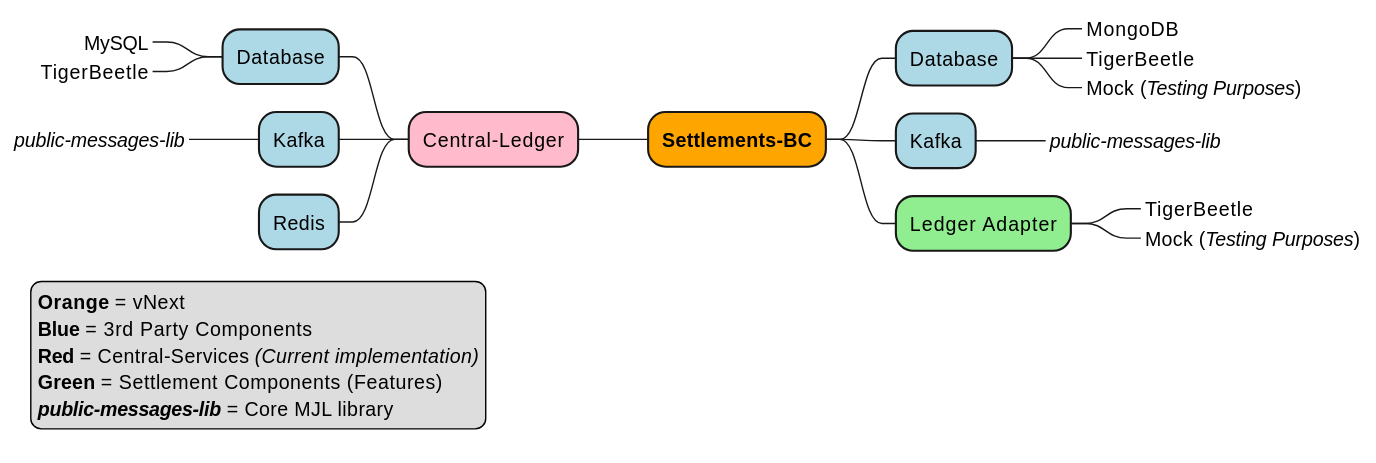
mojaloop/settlements-bc keeps this PlantUML diagram as docs/flows/30-settlement-architecture-cl.svg. Above is the earlier version.
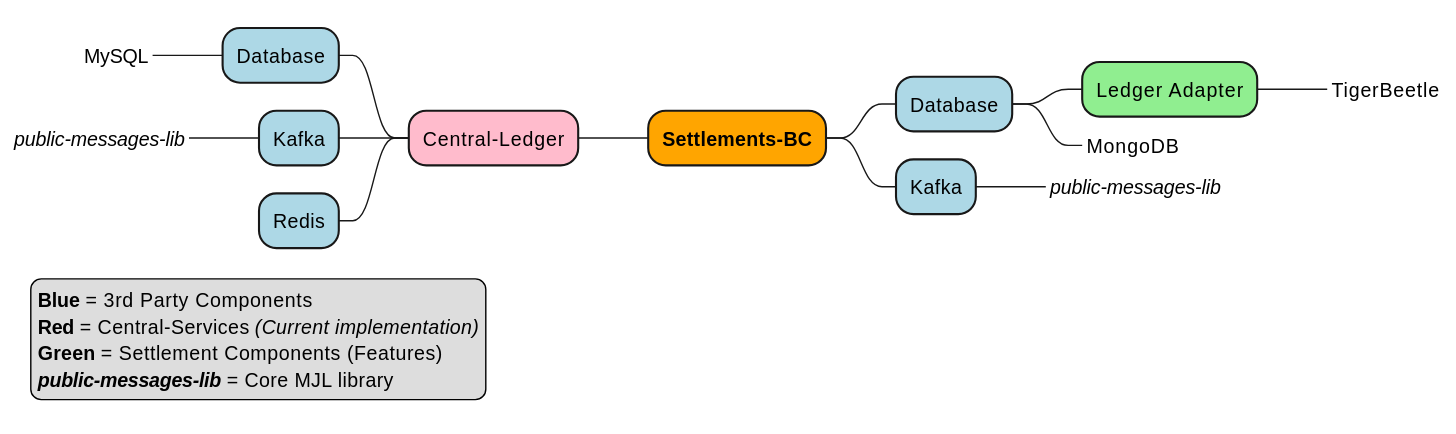
After the commit.

The edit, as a diff of the source:
```diff
@@ -1,24 +1,19 @@
 @startmindmap
 +[#Orange] **Settlements-BC**
 ++[#Lightblue] Database
++++[#LightGreen] Ledger Adapter
+****_ TigerBeetle
 +++_ MongoDB
-+++_ TigerBeetle
-+++_ Mock (//Testing Purposes//)
 ++[#Lightblue] Kafka
 +++_ //public-messages-lib//
-++[#LightGreen] Ledger Adapter
-***_ TigerBeetle
-***_ Mock (//Testing Purposes//)
 --[#FFBBCC] Central-Ledger
 ---[#Lightblue] Database
 ----_ MySQL
-----_ TigerBeetle
 ---[#Lightblue] Kafka
 ----_ //public-messages-lib//
 ---[#Lightblue] Redis
 
 legend left
-**Orange** = vNext
 **Blue** = 3rd Party Components
 **Red** = Central-Services //(Current implementation)//
 **Green** = Settlement Components (Features)
```
